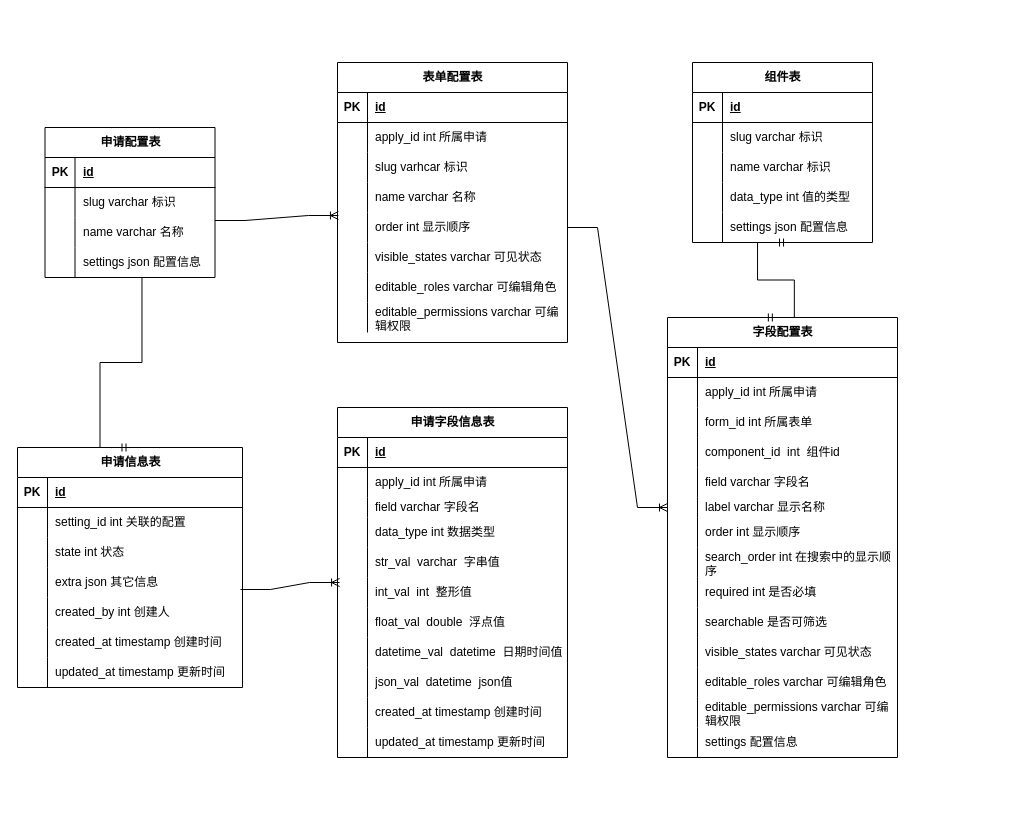
Before: 未命名绘图.drawio in joewongex/drawio, a draw.io diagram. Source tidied: cells renumbered, new cells numbered last; positions are measured from the earlier drawing's top-left corner, leaving out a move shared by most shapes. Both pictures are drawn from the tidied source at 100%, with x=0, y=0 at pixel (17, 62).
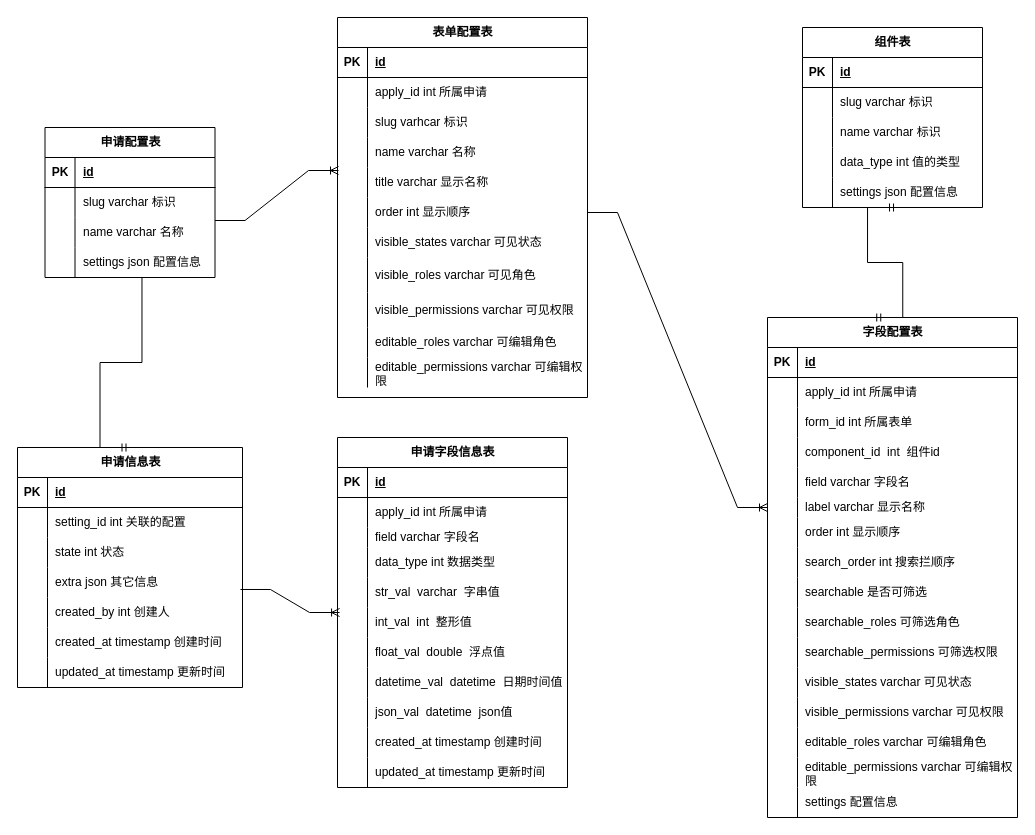
After the change.

Commit message (it also covers changes not shown here):
更新未命名绘图.drawio

Diff of the diagram source:
```diff
@@
     <mxCell id="3" value="表单配置表" style="shape=table;startSize=30;childLayout=tableLayout;rowLines=0;fontStyle=1;align=center;html=1;" parent="1" vertex="1">
-      <mxGeometry x="320" width="230" height="280" as="geometry" />
+      <mxGeometry x="320" y="-45" width="250" height="380" as="geometry" />
     </mxCell>
     <mxCell id="4" style="shape=tableRow;horizontal=0;startSize=0;swimlaneHead=0;swimlaneBody=0;fillColor=none;top=0;left=0;right=0;bottom=1;" parent="3" vertex="1">
-      <mxGeometry y="30" width="230" height="30" as="geometry" />
+      <mxGeometry y="30" width="250" height="30" as="geometry" />
     </mxCell>
@@
     <mxCell id="6" value="id" style="shape=partialRectangle;fillColor=none;top=0;left=0;bottom=0;right=0;align=left;spacingLeft=6;fontStyle=5;overflow=hidden;whiteSpace=wrap;html=1;" parent="4" vertex="1">
-      <mxGeometry x="30" width="200" height="30" as="geometry" />
+      <mxGeometry x="30" width="220" height="30" as="geometry" />
     </mxCell>
     <mxCell id="7" style="shape=tableRow;horizontal=0;startSize=0;swimlaneHead=0;swimlaneBody=0;fillColor=none;top=0;left=0;right=0;bottom=0;" parent="3" vertex="1">
-      <mxGeometry y="60" width="230" height="30" as="geometry" />
+      <mxGeometry y="60" width="250" height="30" as="geometry" />
     </mxCell>
@@
     <mxCell id="9" value="apply_id int 所属申请" style="shape=partialRectangle;fillColor=none;top=0;left=0;bottom=0;right=0;align=left;spacingLeft=6;overflow=hidden;whiteSpace=wrap;html=1;" parent="7" vertex="1">
-      <mxGeometry x="30" width="200" height="30" as="geometry" />
+      <mxGeometry x="30" width="220" height="30" as="geometry" />
     </mxCell>
     <mxCell id="10" style="shape=tableRow;horizontal=0;startSize=0;swimlaneHead=0;swimlaneBody=0;fillColor=none;top=0;left=0;right=0;bottom=0;" parent="3" vertex="1">
-      <mxGeometry y="90" width="230" height="30" as="geometry" />
+      <mxGeometry y="90" width="250" height="30" as="geometry" />
     </mxCell>
@@
     <mxCell id="12" value="slug varhcar 标识" style="shape=partialRectangle;fillColor=none;top=0;left=0;bottom=0;right=0;align=left;spacingLeft=6;overflow=hidden;whiteSpace=wrap;html=1;" parent="10" vertex="1">
-      <mxGeometry x="30" width="200" height="30" as="geometry" />
+      <mxGeometry x="30" width="220" height="30" as="geometry" />
     </mxCell>
     <mxCell id="13" style="shape=tableRow;horizontal=0;startSize=0;swimlaneHead=0;swimlaneBody=0;fillColor=none;points=[[0,0.5],[1,0.5]];portConstraint=eastwest;top=0;left=0;right=0;bottom=0;" parent="3" vertex="1">
-      <mxGeometry y="120" width="230" height="30" as="geometry" />
+      <mxGeometry y="120" width="250" height="30" as="geometry" />
     </mxCell>
@@
     <mxCell id="15" value="name varchar 名称&amp;nbsp;" style="shape=partialRectangle;fillColor=none;top=0;left=0;bottom=0;right=0;align=left;spacingLeft=6;overflow=hidden;whiteSpace=wrap;html=1;" parent="13" vertex="1">
-      <mxGeometry x="30" width="200" height="30" as="geometry" />
+      <mxGeometry x="30" width="220" height="30" as="geometry" />
     </mxCell>
+    <mxCell id="161" style="shape=tableRow;horizontal=0;startSize=0;swimlaneHead=0;swimlaneBody=0;fillColor=none;top=0;left=0;right=0;bottom=0;" parent="3" vertex="1">
+      <mxGeometry y="150" width="250" height="30" as="geometry" />
+    </mxCell>
+    <mxCell id="162" style="shape=partialRectangle;fillColor=none;top=0;left=0;bottom=0;right=0;overflow=hidden;whiteSpace=wrap;html=1;" parent="161" vertex="1">
+      <mxGeometry width="30" height="30" as="geometry" />
+    </mxCell>
+    <mxCell id="163" value="title varchar 显示名称&amp;nbsp;" style="shape=partialRectangle;fillColor=none;top=0;left=0;bottom=0;right=0;align=left;spacingLeft=6;overflow=hidden;whiteSpace=wrap;html=1;" parent="161" vertex="1">
+      <mxGeometry x="30" width="220" height="30" as="geometry" />
+    </mxCell>
     <mxCell id="16" style="shape=tableRow;horizontal=0;startSize=0;swimlaneHead=0;swimlaneBody=0;fillColor=none;points=[[0,0.5],[1,0.5]];portConstraint=eastwest;top=0;left=0;right=0;bottom=0;" parent="3" vertex="1">
-      <mxGeometry y="150" width="230" height="30" as="geometry" />
+      <mxGeometry y="180" width="250" height="30" as="geometry" />
     </mxCell>
@@
     <mxCell id="18" value="order int 显示顺序" style="shape=partialRectangle;fillColor=none;top=0;left=0;bottom=0;right=0;align=left;spacingLeft=6;overflow=hidden;whiteSpace=wrap;html=1;" parent="16" vertex="1">
-      <mxGeometry x="30" width="200" height="30" as="geometry" />
+      <mxGeometry x="30" width="220" height="30" as="geometry" />
     </mxCell>
     <mxCell id="19" style="shape=tableRow;horizontal=0;startSize=0;swimlaneHead=0;swimlaneBody=0;fillColor=none;top=0;left=0;right=0;bottom=0;" parent="3" vertex="1">
-      <mxGeometry y="180" width="230" height="30" as="geometry" />
+      <mxGeometry y="210" width="250" height="30" as="geometry" />
     </mxCell>
@@
     <mxCell id="21" value="visible_states varchar 可见状态" style="shape=partialRectangle;fillColor=none;top=0;left=0;bottom=0;right=0;align=left;spacingLeft=6;overflow=hidden;whiteSpace=wrap;html=1;" parent="19" vertex="1">
-      <mxGeometry x="30" width="200" height="30" as="geometry" />
+      <mxGeometry x="30" width="220" height="30" as="geometry" />
     </mxCell>
+    <mxCell id="164" style="shape=tableRow;horizontal=0;startSize=0;swimlaneHead=0;swimlaneBody=0;fillColor=none;top=0;left=0;right=0;bottom=0;" parent="3" vertex="1">
+      <mxGeometry y="240" width="250" height="35" as="geometry" />
+    </mxCell>
+    <mxCell id="165" style="shape=partialRectangle;fillColor=none;top=0;left=0;bottom=0;right=0;overflow=hidden;whiteSpace=wrap;html=1;" parent="164" vertex="1">
+      <mxGeometry width="30" height="35" as="geometry" />
+    </mxCell>
+    <mxCell id="166" value="visible_roles varchar 可见角色" style="shape=partialRectangle;fillColor=none;top=0;left=0;bottom=0;right=0;align=left;spacingLeft=6;overflow=hidden;whiteSpace=wrap;html=1;" parent="164" vertex="1">
+      <mxGeometry x="30" width="220" height="35" as="geometry" />
+    </mxCell>
+    <mxCell id="167" style="shape=tableRow;horizontal=0;startSize=0;swimlaneHead=0;swimlaneBody=0;fillColor=none;top=0;left=0;right=0;bottom=0;" parent="3" vertex="1">
+      <mxGeometry y="275" width="250" height="35" as="geometry" />
+    </mxCell>
+    <mxCell id="168" style="shape=partialRectangle;fillColor=none;top=0;left=0;bottom=0;right=0;overflow=hidden;whiteSpace=wrap;html=1;" parent="167" vertex="1">
+      <mxGeometry width="30" height="35" as="geometry" />
+    </mxCell>
+    <mxCell id="169" value="visible_permissions varchar 可见权限" style="shape=partialRectangle;fillColor=none;top=0;left=0;bottom=0;right=0;align=left;spacingLeft=6;overflow=hidden;whiteSpace=wrap;html=1;" parent="167" vertex="1">
+      <mxGeometry x="30" width="220" height="35" as="geometry" />
+    </mxCell>
     <mxCell id="22" style="shape=tableRow;horizontal=0;startSize=0;swimlaneHead=0;swimlaneBody=0;fillColor=none;top=0;left=0;right=0;bottom=0;" parent="3" vertex="1">
-      <mxGeometry y="210" width="230" height="30" as="geometry" />
+      <mxGeometry y="310" width="250" height="30" as="geometry" />
     </mxCell>
@@
     <mxCell id="24" value="editable_roles varchar 可编辑角色" style="shape=partialRectangle;fillColor=none;top=0;left=0;bottom=0;right=0;align=left;spacingLeft=6;overflow=hidden;whiteSpace=wrap;html=1;" parent="22" vertex="1">
-      <mxGeometry x="30" width="200" height="30" as="geometry" />
+      <mxGeometry x="30" width="220" height="30" as="geometry" />
     </mxCell>
     <mxCell id="25" style="shape=tableRow;horizontal=0;startSize=0;swimlaneHead=0;swimlaneBody=0;fillColor=none;top=0;left=0;right=0;bottom=0;" parent="3" vertex="1">
-      <mxGeometry y="240" width="230" height="30" as="geometry" />
+      <mxGeometry y="340" width="250" height="30" as="geometry" />
     </mxCell>
@@
     <mxCell id="27" value="editable_permissions varchar 可编辑权限" style="shape=partialRectangle;fillColor=none;top=0;left=0;bottom=0;right=0;align=left;spacingLeft=6;overflow=hidden;whiteSpace=wrap;html=1;" parent="25" vertex="1">
-      <mxGeometry x="30" width="200" height="30" as="geometry" />
+      <mxGeometry x="30" width="220" height="30" as="geometry" />
     </mxCell>
@@
     <mxCell id="42" value="组件表" style="shape=table;startSize=30;childLayout=tableLayout;rowLines=0;fontStyle=1;align=center;html=1;" parent="1" vertex="1">
-      <mxGeometry x="675" width="180" height="180" as="geometry" />
+      <mxGeometry x="785" y="-35" width="180" height="180" as="geometry" />
     </mxCell>
@@
     <mxCell id="58" value="字段配置表" style="shape=table;startSize=30;childLayout=tableLayout;rowLines=0;fontStyle=1;align=center;html=1;" parent="1" vertex="1">
-      <mxGeometry x="650" y="255" width="230" height="440" as="geometry" />
+      <mxGeometry x="750" y="255" width="250" height="500" as="geometry" />
     </mxCell>
     <mxCell id="59" style="shape=tableRow;horizontal=0;startSize=0;swimlaneHead=0;swimlaneBody=0;fillColor=none;top=0;left=0;right=0;bottom=1;" parent="58" vertex="1">
-      <mxGeometry y="30" width="230" height="30" as="geometry" />
+      <mxGeometry y="30" width="250" height="30" as="geometry" />
     </mxCell>
@@
     <mxCell id="61" value="id" style="shape=partialRectangle;fillColor=none;top=0;left=0;bottom=0;right=0;align=left;spacingLeft=6;fontStyle=5;overflow=hidden;whiteSpace=wrap;html=1;" parent="59" vertex="1">
-      <mxGeometry x="30" width="200" height="30" as="geometry" />
+      <mxGeometry x="30" width="220" height="30" as="geometry" />
     </mxCell>
     <mxCell id="62" style="shape=tableRow;horizontal=0;startSize=0;swimlaneHead=0;swimlaneBody=0;fillColor=none;top=0;left=0;right=0;bottom=0;" parent="58" vertex="1">
-      <mxGeometry y="60" width="230" height="30" as="geometry" />
+      <mxGeometry y="60" width="250" height="30" as="geometry" />
     </mxCell>
@@
     <mxCell id="64" value="apply_id int 所属申请" style="shape=partialRectangle;fillColor=none;top=0;left=0;bottom=0;right=0;align=left;spacingLeft=6;overflow=hidden;whiteSpace=wrap;html=1;" parent="62" vertex="1">
-      <mxGeometry x="30" width="200" height="30" as="geometry" />
+      <mxGeometry x="30" width="220" height="30" as="geometry" />
     </mxCell>
     <mxCell id="65" style="shape=tableRow;horizontal=0;startSize=0;swimlaneHead=0;swimlaneBody=0;fillColor=none;top=0;left=0;right=0;bottom=0;" parent="58" vertex="1">
-      <mxGeometry y="90" width="230" height="30" as="geometry" />
+      <mxGeometry y="90" width="250" height="30" as="geometry" />
     </mxCell>
@@
     <mxCell id="67" value="form_id int 所属表单" style="shape=partialRectangle;fillColor=none;top=0;left=0;bottom=0;right=0;align=left;spacingLeft=6;overflow=hidden;whiteSpace=wrap;html=1;" parent="65" vertex="1">
-      <mxGeometry x="30" width="200" height="30" as="geometry" />
+      <mxGeometry x="30" width="220" height="30" as="geometry" />
     </mxCell>
     <mxCell id="68" style="shape=tableRow;horizontal=0;startSize=0;swimlaneHead=0;swimlaneBody=0;fillColor=none;top=0;left=0;right=0;bottom=0;" parent="58" vertex="1">
-      <mxGeometry y="120" width="230" height="30" as="geometry" />
+      <mxGeometry y="120" width="250" height="30" as="geometry" />
     </mxCell>
@@
     <mxCell id="70" value="component_id&amp;nbsp; int&amp;nbsp; 组件id" style="shape=partialRectangle;fillColor=none;top=0;left=0;bottom=0;right=0;align=left;spacingLeft=6;overflow=hidden;whiteSpace=wrap;html=1;" parent="68" vertex="1">
-      <mxGeometry x="30" width="200" height="30" as="geometry" />
+      <mxGeometry x="30" width="220" height="30" as="geometry" />
     </mxCell>
     <mxCell id="71" style="shape=tableRow;horizontal=0;startSize=0;swimlaneHead=0;swimlaneBody=0;fillColor=none;top=0;left=0;right=0;bottom=0;" parent="58" vertex="1">
-      <mxGeometry y="150" width="230" height="30" as="geometry" />
+      <mxGeometry y="150" width="250" height="30" as="geometry" />
     </mxCell>
@@
     <mxCell id="73" value="field varchar 字段名" style="shape=partialRectangle;fillColor=none;top=0;left=0;bottom=0;right=0;align=left;spacingLeft=6;overflow=hidden;whiteSpace=wrap;html=1;" parent="71" vertex="1">
-      <mxGeometry x="30" width="200" height="30" as="geometry" />
+      <mxGeometry x="30" width="220" height="30" as="geometry" />
     </mxCell>
     <mxCell id="74" style="shape=tableRow;horizontal=0;startSize=0;swimlaneHead=0;swimlaneBody=0;fillColor=none;points=[[0,0.5],[1,0.5]];portConstraint=eastwest;top=0;left=0;right=0;bottom=0;" parent="58" vertex="1">
-      <mxGeometry y="180" width="230" height="20" as="geometry" />
+      <mxGeometry y="180" width="250" height="20" as="geometry" />
     </mxCell>
@@
     <mxCell id="76" value="label varchar 显示名称" style="shape=partialRectangle;fillColor=none;top=0;left=0;bottom=0;right=0;align=left;spacingLeft=6;overflow=hidden;whiteSpace=wrap;html=1;" parent="74" vertex="1">
-      <mxGeometry x="30" width="200" height="20" as="geometry" />
+      <mxGeometry x="30" width="220" height="20" as="geometry" />
     </mxCell>
     <mxCell id="77" style="shape=tableRow;horizontal=0;startSize=0;swimlaneHead=0;swimlaneBody=0;fillColor=none;top=0;left=0;right=0;bottom=0;" parent="58" vertex="1">
-      <mxGeometry y="200" width="230" height="30" as="geometry" />
+      <mxGeometry y="200" width="250" height="30" as="geometry" />
     </mxCell>
@@
     <mxCell id="79" value="order int 显示顺序" style="shape=partialRectangle;fillColor=none;top=0;left=0;bottom=0;right=0;align=left;spacingLeft=6;overflow=hidden;whiteSpace=wrap;html=1;" parent="77" vertex="1">
-      <mxGeometry x="30" width="200" height="30" as="geometry" />
+      <mxGeometry x="30" width="220" height="30" as="geometry" />
     </mxCell>
     <mxCell id="80" style="shape=tableRow;horizontal=0;startSize=0;swimlaneHead=0;swimlaneBody=0;fillColor=none;top=0;left=0;right=0;bottom=0;" parent="58" vertex="1">
-      <mxGeometry y="230" width="230" height="30" as="geometry" />
+      <mxGeometry y="230" width="250" height="30" as="geometry" />
     </mxCell>
@@
-    <mxCell id="82" value="search_order int 在搜索中的显示顺序" style="shape=partialRectangle;fillColor=none;top=0;left=0;bottom=0;right=0;align=left;spacingLeft=6;overflow=hidden;whiteSpace=wrap;html=1;" parent="80" vertex="1">
-      <mxGeometry x="30" width="200" height="30" as="geometry" />
+    <mxCell id="82" value="search_order int 搜索拦顺序" style="shape=partialRectangle;fillColor=none;top=0;left=0;bottom=0;right=0;align=left;spacingLeft=6;overflow=hidden;whiteSpace=wrap;html=1;" parent="80" vertex="1">
+      <mxGeometry x="30" width="220" height="30" as="geometry" />
     </mxCell>
-    <mxCell id="83" style="shape=tableRow;horizontal=0;startSize=0;swimlaneHead=0;swimlaneBody=0;fillColor=none;top=0;left=0;right=0;bottom=0;" parent="58" vertex="1">
-      <mxGeometry y="260" width="230" height="30" as="geometry" />
-    </mxCell>
-    <mxCell id="84" style="shape=partialRectangle;fillColor=none;top=0;left=0;bottom=0;right=0;overflow=hidden;whiteSpace=wrap;html=1;" parent="83" vertex="1">
-      <mxGeometry width="30" height="30" as="geometry" />
-    </mxCell>
-    <mxCell id="85" value="required int 是否必填" style="shape=partialRectangle;fillColor=none;top=0;left=0;bottom=0;right=0;align=left;spacingLeft=6;overflow=hidden;whiteSpace=wrap;html=1;" parent="83" vertex="1">
-      <mxGeometry x="30" width="200" height="30" as="geometry" />
-    </mxCell>
     <mxCell id="86" style="shape=tableRow;horizontal=0;startSize=0;swimlaneHead=0;swimlaneBody=0;fillColor=none;top=0;left=0;right=0;bottom=0;" parent="58" vertex="1">
-      <mxGeometry y="290" width="230" height="30" as="geometry" />
+      <mxGeometry y="260" width="250" height="30" as="geometry" />
     </mxCell>
@@
     <mxCell id="88" value="searchable 是否可筛选" style="shape=partialRectangle;fillColor=none;top=0;left=0;bottom=0;right=0;align=left;spacingLeft=6;overflow=hidden;whiteSpace=wrap;html=1;" parent="86" vertex="1">
-      <mxGeometry x="30" width="200" height="30" as="geometry" />
+      <mxGeometry x="30" width="220" height="30" as="geometry" />
     </mxCell>
+    <mxCell id="170" style="shape=tableRow;horizontal=0;startSize=0;swimlaneHead=0;swimlaneBody=0;fillColor=none;top=0;left=0;right=0;bottom=0;" parent="58" vertex="1">
+      <mxGeometry y="290" width="250" height="30" as="geometry" />
+    </mxCell>
+    <mxCell id="171" style="shape=partialRectangle;fillColor=none;top=0;left=0;bottom=0;right=0;overflow=hidden;whiteSpace=wrap;html=1;" parent="170" vertex="1">
+      <mxGeometry width="30" height="30" as="geometry" />
+    </mxCell>
+    <mxCell id="172" value="searchable_roles 可筛选角色" style="shape=partialRectangle;fillColor=none;top=0;left=0;bottom=0;right=0;align=left;spacingLeft=6;overflow=hidden;whiteSpace=wrap;html=1;" parent="170" vertex="1">
+      <mxGeometry x="30" width="220" height="30" as="geometry" />
+    </mxCell>
+    <mxCell id="173" style="shape=tableRow;horizontal=0;startSize=0;swimlaneHead=0;swimlaneBody=0;fillColor=none;top=0;left=0;right=0;bottom=0;" parent="58" vertex="1">
+      <mxGeometry y="320" width="250" height="30" as="geometry" />
+    </mxCell>
+    <mxCell id="174" style="shape=partialRectangle;fillColor=none;top=0;left=0;bottom=0;right=0;overflow=hidden;whiteSpace=wrap;html=1;" parent="173" vertex="1">
+      <mxGeometry width="30" height="30" as="geometry" />
+    </mxCell>
+    <mxCell id="175" value="searchable_permissions 可筛选权限" style="shape=partialRectangle;fillColor=none;top=0;left=0;bottom=0;right=0;align=left;spacingLeft=6;overflow=hidden;whiteSpace=wrap;html=1;" parent="173" vertex="1">
+      <mxGeometry x="30" width="220" height="30" as="geometry" />
+    </mxCell>
     <mxCell id="89" style="shape=tableRow;horizontal=0;startSize=0;swimlaneHead=0;swimlaneBody=0;fillColor=none;top=0;left=0;right=0;bottom=0;" parent="58" vertex="1">
-      <mxGeometry y="320" width="230" height="30" as="geometry" />
+      <mxGeometry y="350" width="250" height="30" as="geometry" />
     </mxCell>
@@
     <mxCell id="91" value="visible_states varchar 可见状态" style="shape=partialRectangle;fillColor=none;top=0;left=0;bottom=0;right=0;align=left;spacingLeft=6;overflow=hidden;whiteSpace=wrap;html=1;" parent="89" vertex="1">
-      <mxGeometry x="30" width="200" height="30" as="geometry" />
+      <mxGeometry x="30" width="220" height="30" as="geometry" />
     </mxCell>
+    <mxCell id="176" style="shape=tableRow;horizontal=0;startSize=0;swimlaneHead=0;swimlaneBody=0;fillColor=none;top=0;left=0;right=0;bottom=0;" parent="58" vertex="1">
+      <mxGeometry y="380" width="250" height="30" as="geometry" />
+    </mxCell>
+    <mxCell id="177" style="shape=partialRectangle;fillColor=none;top=0;left=0;bottom=0;right=0;overflow=hidden;whiteSpace=wrap;html=1;" parent="176" vertex="1">
+      <mxGeometry width="30" height="30" as="geometry" />
+    </mxCell>
+    <mxCell id="178" value="visible_permissions varchar 可见权限" style="shape=partialRectangle;fillColor=none;top=0;left=0;bottom=0;right=0;align=left;spacingLeft=6;overflow=hidden;whiteSpace=wrap;html=1;" parent="176" vertex="1">
+      <mxGeometry x="30" width="220" height="30" as="geometry" />
+    </mxCell>
     <mxCell id="92" style="shape=tableRow;horizontal=0;startSize=0;swimlaneHead=0;swimlaneBody=0;fillColor=none;top=0;left=0;right=0;bottom=0;" parent="58" vertex="1">
-      <mxGeometry y="350" width="230" height="30" as="geometry" />
+      <mxGeometry y="410" width="250" height="30" as="geometry" />
     </mxCell>
@@
     <mxCell id="94" value="editable_roles varchar 可编辑角色" style="shape=partialRectangle;fillColor=none;top=0;left=0;bottom=0;right=0;align=left;spacingLeft=6;overflow=hidden;whiteSpace=wrap;html=1;" parent="92" vertex="1">
-      <mxGeometry x="30" width="200" height="30" as="geometry" />
+      <mxGeometry x="30" width="220" height="30" as="geometry" />
     </mxCell>
     <mxCell id="95" style="shape=tableRow;horizontal=0;startSize=0;swimlaneHead=0;swimlaneBody=0;fillColor=none;top=0;left=0;right=0;bottom=0;" parent="58" vertex="1">
-      <mxGeometry y="380" width="230" height="30" as="geometry" />
+      <mxGeometry y="440" width="250" height="30" as="geometry" />
     </mxCell>
@@
     <mxCell id="97" value="editable_permissions varchar 可编辑权限" style="shape=partialRectangle;fillColor=none;top=0;left=0;bottom=0;right=0;align=left;spacingLeft=6;overflow=hidden;whiteSpace=wrap;html=1;" parent="95" vertex="1">
-      <mxGeometry x="30" width="200" height="30" as="geometry" />
+      <mxGeometry x="30" width="220" height="30" as="geometry" />
     </mxCell>
     <mxCell id="98" style="shape=tableRow;horizontal=0;startSize=0;swimlaneHead=0;swimlaneBody=0;fillColor=none;top=0;left=0;right=0;bottom=0;" parent="58" vertex="1">
-      <mxGeometry y="410" width="230" height="30" as="geometry" />
+      <mxGeometry y="470" width="250" height="30" as="geometry" />
     </mxCell>
@@
     <mxCell id="100" value="settings 配置信息" style="shape=partialRectangle;fillColor=none;top=0;left=0;bottom=0;right=0;align=left;spacingLeft=6;overflow=hidden;whiteSpace=wrap;html=1;" parent="98" vertex="1">
-      <mxGeometry x="30" width="200" height="30" as="geometry" />
+      <mxGeometry x="30" width="220" height="30" as="geometry" />
     </mxCell>
@@
     <mxCell id="126" value="申请字段信息表" style="shape=table;startSize=30;childLayout=tableLayout;rowLines=0;fontStyle=1;align=center;html=1;" parent="1" vertex="1">
-      <mxGeometry x="320" y="345" width="230" height="350" as="geometry" />
+      <mxGeometry x="320" y="375" width="230" height="350" as="geometry" />
     </mxCell>
```
